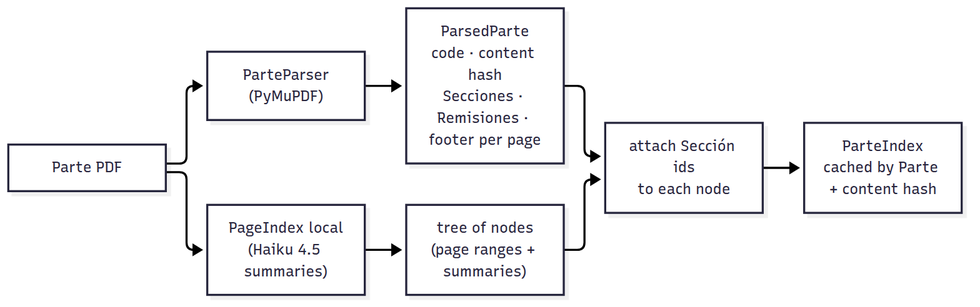
This is docs/diagrams/indexing.png from Guernik/raac-rag, a Mermaid export, as it was before one commit. Its source is kept beside it as docs/diagrams/indexing.mmd.
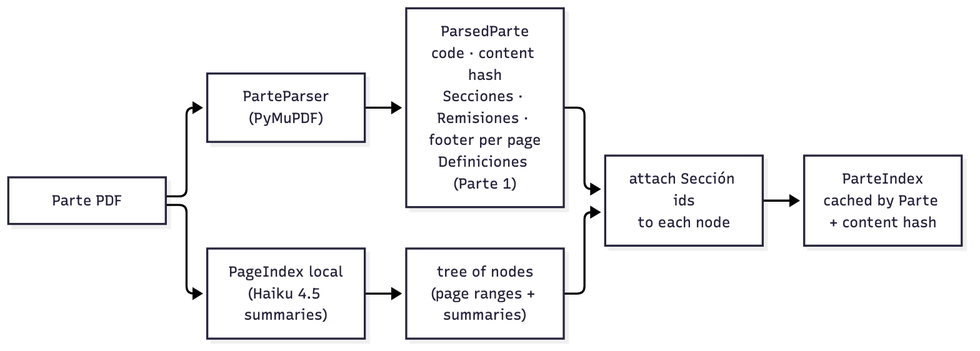
Later version of the same file.

Change to the diagram source:
```diff
@@ -1,6 +1,6 @@
 flowchart LR
     pdf["Parte PDF"] --> parse["ParteParser<br/>(PyMuPDF)"]
-    parse --> pp["ParsedParte<br/>code · content hash<br/>Secciones · Remisiones · footer per page"]
+    parse --> pp["ParsedParte<br/>code · content hash<br/>Secciones · Remisiones · footer per page<br/>Definiciones (Parte 1)"]
     pdf --> pi["PageIndex local<br/>(Haiku 4.5 summaries)"]
     pi --> tree["tree of nodes<br/>(page ranges + summaries)"]
     pp --> attach["attach Sección ids<br/>to each node"]
```
